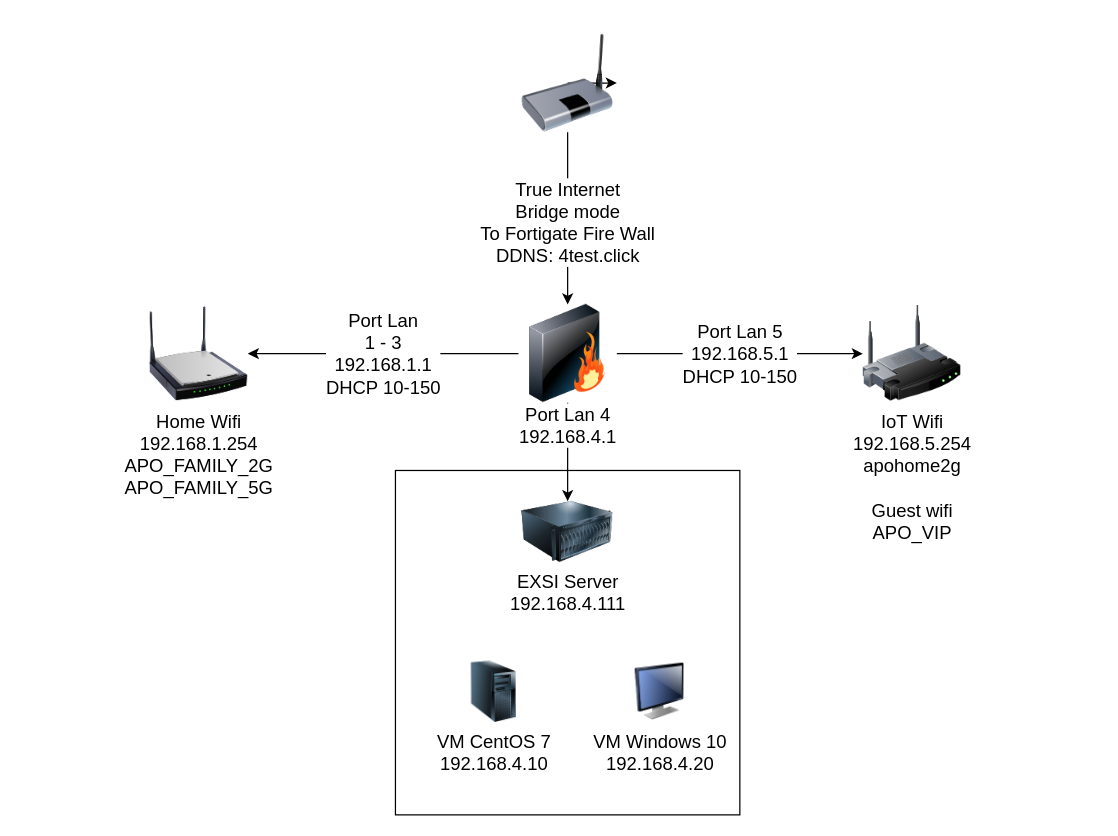
Above: network.drawio in armkiti/testgit (draw.io), before the change. Source tidied: cells renumbered, new cells numbered last; positions are measured from the earlier drawing's top-left corner, leaving out a move shared by most shapes. Both pictures are drawn from the tidied source at 123%, with x=0, y=0 at pixel (149, 33).
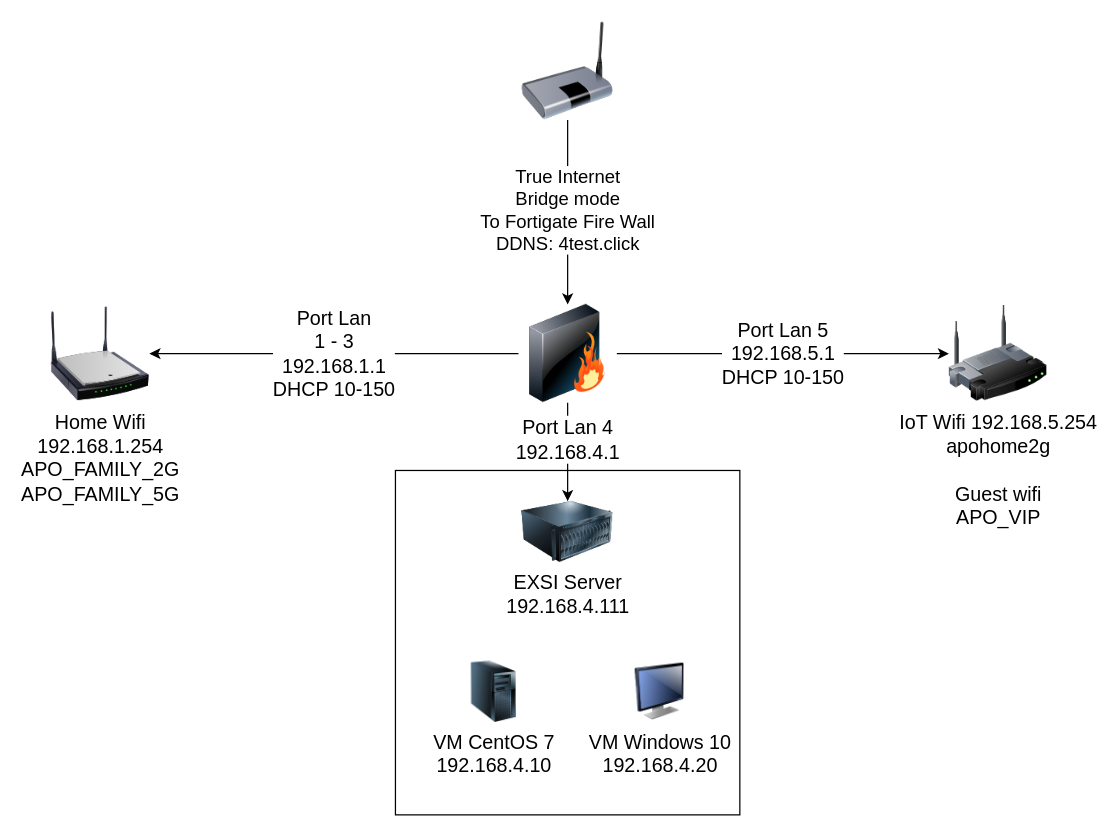
After the change.

Change to the diagram source:
```diff
@@
 <mxGraphModel>
   <root>
     <mxCell id="0" />
     <mxCell id="1" parent="0" />
-    <mxCell id="2" style="whiteSpace=wrap;html=1;fillColor=none;fontSize=15;" parent="1" vertex="1">
+    <mxCell id="2" style="whiteSpace=wrap;html=1;fillColor=none;fontSize=16;" parent="1" vertex="1">
       <mxGeometry x="200" y="355" width="280" height="280" as="geometry" />
     </mxCell>
-    <mxCell id="3" style="edgeStyle=none;rounded=0;jettySize=auto;html=1;" parent="1" edge="1" target="9">
-      <mxGeometry relative="1" as="geometry">
-        <mxPoint x="340" y="40" as="sourcePoint" />
-      </mxGeometry>
-    </mxCell>
-    <mxCell id="4" value="&lt;font style=&quot;font-size: 15px;&quot;&gt;Port Lan &lt;br&gt;1 - 3&lt;br style=&quot;font-size: 15px;&quot;&gt;192.168.1.1&lt;br style=&quot;font-size: 15px;&quot;&gt;DHCP 10-150&lt;/font&gt;" style="edgeStyle=orthogonalEdgeStyle;rounded=0;jettySize=auto;html=1;fontSize=15;" parent="1" edge="1" source="7" target="10">
+    <mxCell id="4" value="&lt;font style=&quot;font-size: 16px;&quot;&gt;Port Lan &lt;br style=&quot;font-size: 16px;&quot;&gt;1 - 3&lt;br style=&quot;font-size: 16px;&quot;&gt;192.168.1.1&lt;br style=&quot;font-size: 16px;&quot;&gt;DHCP 10-150&lt;/font&gt;" style="edgeStyle=orthogonalEdgeStyle;rounded=0;jettySize=auto;html=1;fontSize=16;" parent="1" edge="1" source="7" target="10">
       <mxGeometry relative="1" as="geometry" />
     </mxCell>
-    <mxCell id="5" value="Port Lan 4&lt;br style=&quot;font-size: 15px;&quot;&gt;192.168.4.1" style="edgeStyle=none;rounded=0;jettySize=auto;html=1;fontSize=15;" parent="1" edge="1" source="7" target="11">
-      <mxGeometry x="-0.54" relative="1" as="geometry" />
+    <mxCell id="5" value="Port Lan 4&lt;br style=&quot;font-size: 16px;&quot;&gt;192.168.4.1" style="edgeStyle=none;rounded=0;jettySize=auto;html=1;fontSize=16;" parent="1" edge="1" source="7" target="11">
+      <mxGeometry x="-0.25" relative="1" as="geometry" />
     </mxCell>
-    <mxCell id="6" value="Port Lan 5&lt;br&gt;192.168.5.1&lt;br&gt;DHCP 10-150" style="edgeStyle=none;rounded=0;jettySize=auto;html=1;fontSize=15;" parent="1" edge="1" source="7" target="14">
+    <mxCell id="6" value="Port Lan 5&lt;br style=&quot;font-size: 16px;&quot;&gt;192.168.5.1&lt;br style=&quot;font-size: 16px;&quot;&gt;DHCP 10-150" style="edgeStyle=none;rounded=0;jettySize=auto;html=1;fontSize=16;" parent="1" edge="1" source="7" target="14">
       <mxGeometry relative="1" as="geometry" />
     </mxCell>
-    <mxCell id="7" style="image;html=1;labelBackgroundColor=#ffffff;image=img/lib/clip_art/networking/Firewall_128x128.png;rounded=1;shadow=0;comic=0;strokeWidth=2;fontSize=15;labelPosition=right;verticalLabelPosition=middle;align=left;verticalAlign=middle;" parent="1" vertex="1">
+    <mxCell id="7" style="image;html=1;labelBackgroundColor=#ffffff;image=img/lib/clip_art/networking/Firewall_128x128.png;rounded=1;shadow=0;comic=0;strokeWidth=2;fontSize=16;labelPosition=right;verticalLabelPosition=middle;align=left;verticalAlign=middle;" parent="1" vertex="1">
       <mxGeometry x="300" y="220" width="80" height="80" as="geometry" />
     </mxCell>
-    <mxCell id="8" style="edgeStyle=none;rounded=0;jettySize=auto;html=1;fontSize=15;" parent="1" edge="1" source="9" target="7">
+    <mxCell id="8" style="edgeStyle=none;rounded=0;jettySize=auto;html=1;fontSize=16;" parent="1" edge="1" source="9" target="7">
       <mxGeometry relative="1" as="geometry" />
     </mxCell>
     <mxCell id="9" value="&lt;font style=&quot;font-size: 15px;&quot;&gt;True Internet&lt;br style=&quot;&quot;&gt;Bridge mode&lt;br&gt;To Fortigate Fire Wall&lt;br&gt;DDNS: 4test.click&lt;/font&gt;" style="image;html=1;image=img/lib/clip_art/networking/Bridge_128x128.png;fontSize=12;spacingTop=31;" parent="1" vertex="1">
-      <mxGeometry x="300" width="80" height="80" as="geometry" />
+      <mxGeometry x="300" y="-10" width="80" height="80" as="geometry" />
     </mxCell>
-    <mxCell id="10" value="&lt;font style=&quot;font-size: 15px;&quot;&gt;Home Wifi &lt;br&gt;192.168.1.254&lt;br style=&quot;font-size: 15px;&quot;&gt;APO_FAMILY_2G&lt;br style=&quot;font-size: 15px;&quot;&gt;APO_FAMILY_5G&lt;/font&gt;" style="image;html=1;image=img/lib/clip_art/networking/Wireless_Router_N_128x128.png;fontSize=15;" parent="1" vertex="1">
-      <mxGeometry y="220" width="80" height="80" as="geometry" />
+    <mxCell id="10" value="&lt;font style=&quot;font-size: 16px;&quot;&gt;Home Wifi &lt;br style=&quot;font-size: 16px;&quot;&gt;192.168.1.254&lt;br style=&quot;font-size: 16px;&quot;&gt;APO_FAMILY_2G&lt;br style=&quot;font-size: 16px;&quot;&gt;APO_FAMILY_5G&lt;/font&gt;" style="image;html=1;image=img/lib/clip_art/networking/Wireless_Router_N_128x128.png;fontSize=16;" parent="1" vertex="1">
+      <mxGeometry x="-80" y="220" width="80" height="80" as="geometry" />
     </mxCell>
-    <mxCell id="11" value="EXSI Server&lt;br&gt;192.168.4.111" style="image;html=1;image=img/lib/clip_art/computers/Server_128x128.png;fontSize=15;" parent="1" vertex="1">
+    <mxCell id="11" value="EXSI Server&lt;br style=&quot;font-size: 16px;&quot;&gt;192.168.4.111" style="image;html=1;image=img/lib/clip_art/computers/Server_128x128.png;fontSize=16;" parent="1" vertex="1">
       <mxGeometry x="285" y="380" width="110" height="50" as="geometry" />
     </mxCell>
-    <mxCell id="12" value="VM Windows 10&lt;br style=&quot;font-size: 15px;&quot;&gt;192.168.4.20" style="image;html=1;image=img/lib/clip_art/computers/Monitor_128x128.png;fillColor=none;fontSize=15;" parent="1" vertex="1">
+    <mxCell id="12" value="VM Windows 10&lt;br style=&quot;font-size: 16px;&quot;&gt;192.168.4.20" style="image;html=1;image=img/lib/clip_art/computers/Monitor_128x128.png;fillColor=none;fontSize=16;" parent="1" vertex="1">
       <mxGeometry x="395" y="510" width="40" height="50" as="geometry" />
     </mxCell>
-    <mxCell id="13" value="VM CentOS 7&lt;br style=&quot;font-size: 15px;&quot;&gt;192.168.4.10" style="image;html=1;image=img/lib/clip_art/computers/Server_Tower_128x128.png;fillColor=none;fontSize=15;" parent="1" vertex="1">
+    <mxCell id="13" value="VM CentOS 7&lt;br style=&quot;font-size: 16px;&quot;&gt;192.168.4.10" style="image;html=1;image=img/lib/clip_art/computers/Server_Tower_128x128.png;fillColor=none;fontSize=16;" parent="1" vertex="1">
       <mxGeometry x="260" y="510" width="40" height="50" as="geometry" />
     </mxCell>
-    <mxCell id="14" value="IoT Wifi &lt;br&gt;192.168.5.254&lt;br&gt;apohome2g&lt;br&gt;&lt;br&gt;Guest wifi&lt;br&gt;APO_VIP" style="image;html=1;image=img/lib/clip_art/networking/Wireless_Router_128x128.png;fontSize=15;fillColor=none;" parent="1" vertex="1">
-      <mxGeometry x="580" y="220" width="80" height="80" as="geometry" />
+    <mxCell id="14" value="IoT Wifi 192.168.5.254&lt;br style=&quot;font-size: 16px;&quot;&gt;apohome2g&lt;br style=&quot;font-size: 16px;&quot;&gt;&lt;br style=&quot;font-size: 16px;&quot;&gt;Guest wifi&lt;br style=&quot;font-size: 16px;&quot;&gt;APO_VIP" style="image;html=1;image=img/lib/clip_art/networking/Wireless_Router_128x128.png;fontSize=16;fillColor=none;" parent="1" vertex="1">
+      <mxGeometry x="650" y="220" width="80" height="80" as="geometry" />
     </mxCell>
   </root>
 </mxGraphModel>
```
